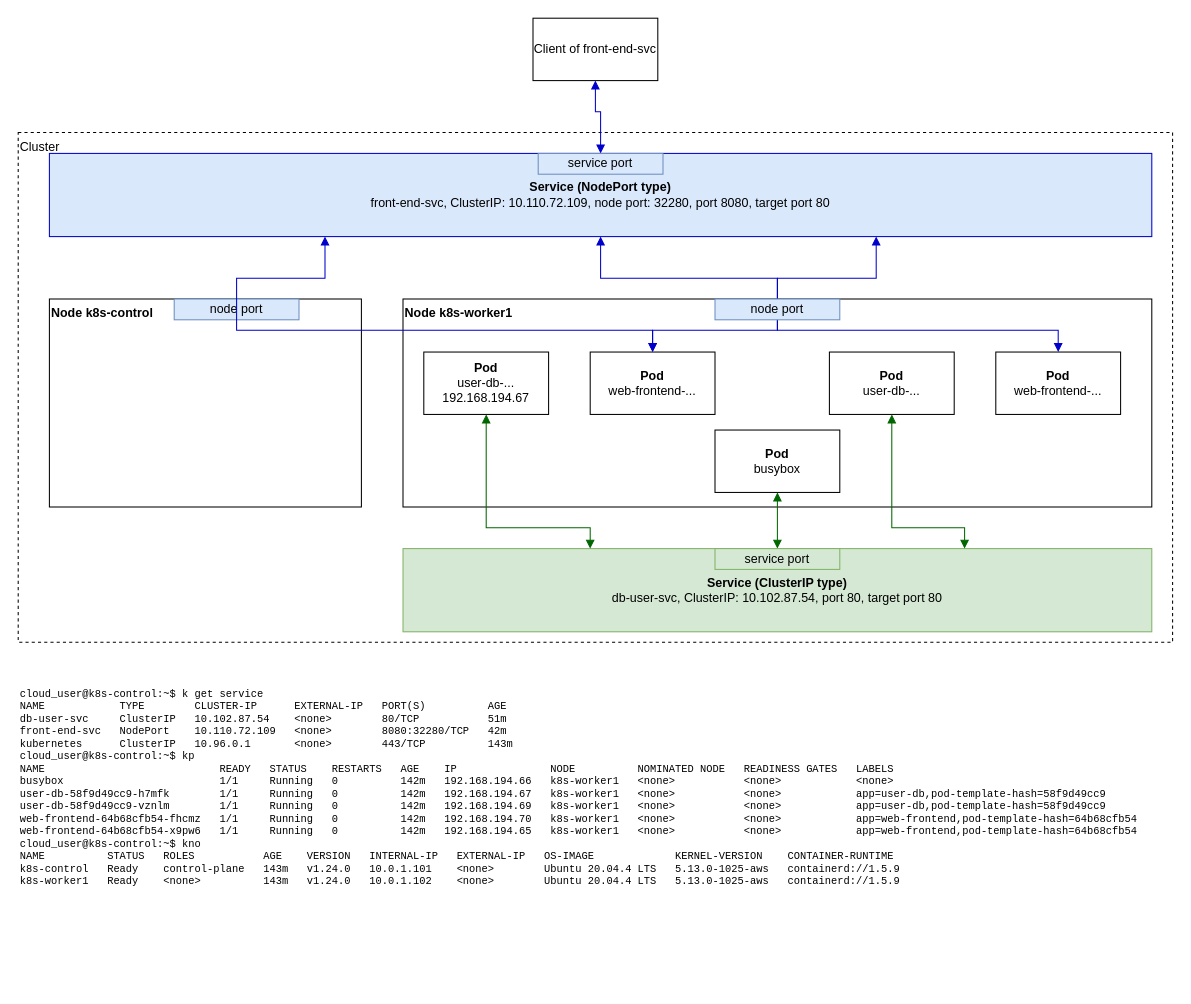
Earlier version of the draw.io diagram page "Services" (1 of 2) of kubernetes.drawio (glahitette/kubernetes). Source tidied: cells renumbered, new cells numbered last; positions are measured from the earlier drawing's top-left corner, leaving out a move shared by most shapes. Both pictures are drawn from the tidied source at 104%, with x=0, y=0 at pixel (18, 18).
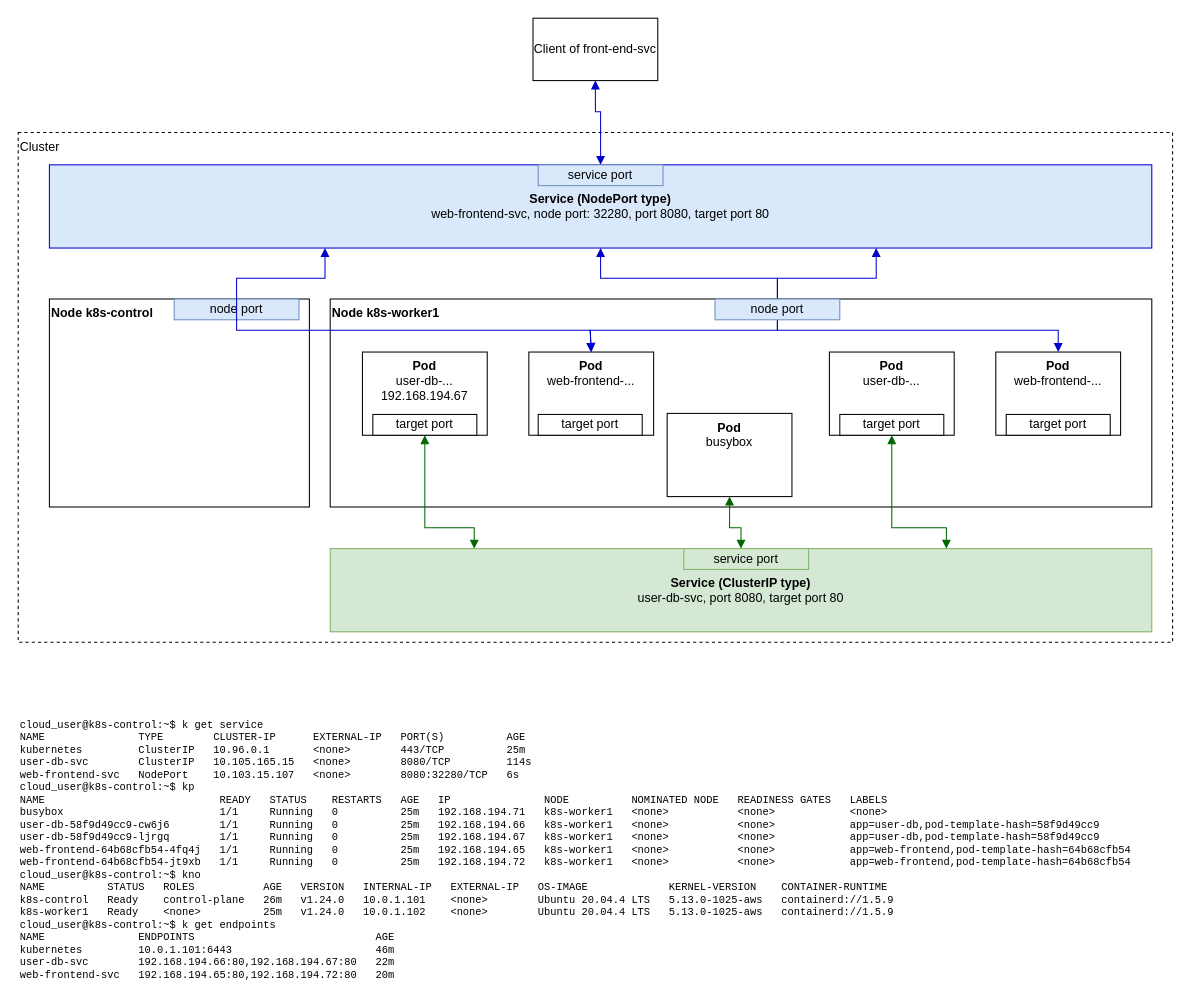
The same diagram, later.

Change to the diagram source:
```diff
@@
     <mxCell id="3" value="&lt;b&gt;Node&amp;nbsp;k8s-control&lt;/b&gt;" style="rounded=0;whiteSpace=wrap;html=1;verticalAlign=top;align=left;" parent="1" vertex="1">
-      <mxGeometry x="30" y="270" width="300" height="200" as="geometry" />
+      <mxGeometry x="30" y="270" width="250" height="200" as="geometry" />
     </mxCell>
     <mxCell id="4" value="&lt;b&gt;Node&amp;nbsp;k8s-worker1&lt;/b&gt;" style="rounded=0;whiteSpace=wrap;html=1;verticalAlign=top;align=left;" parent="1" vertex="1">
-      <mxGeometry x="370" y="270" width="720" height="200" as="geometry" />
+      <mxGeometry x="300" y="270" width="790" height="200" as="geometry" />
     </mxCell>
-    <mxCell id="5" value="&lt;b&gt;Pod&lt;/b&gt;&lt;br&gt;web-frontend-..." style="rounded=0;whiteSpace=wrap;html=1;" parent="1" vertex="1">
-      <mxGeometry x="550" y="321" width="120" height="60" as="geometry" />
+    <mxCell id="5" value="&lt;b&gt;Pod&lt;/b&gt;&lt;br&gt;web-frontend-..." style="rounded=0;whiteSpace=wrap;html=1;verticalAlign=top;" parent="1" vertex="1">
+      <mxGeometry x="491" y="321" width="120" height="80" as="geometry" />
     </mxCell>
-    <mxCell id="6" value="&lt;b&gt;Pod&lt;/b&gt;&lt;br&gt;user-db-...&lt;br&gt;192.168.194.67" style="rounded=0;whiteSpace=wrap;html=1;" parent="1" vertex="1">
-      <mxGeometry x="390" y="321" width="120" height="60" as="geometry" />
+    <mxCell id="6" value="&lt;b&gt;Pod&lt;/b&gt;&lt;br&gt;user-db-...&lt;br&gt;192.168.194.67" style="rounded=0;whiteSpace=wrap;html=1;verticalAlign=top;" parent="1" vertex="1">
+      <mxGeometry x="331" y="321" width="120" height="80" as="geometry" />
     </mxCell>
-    <mxCell id="7" value="&lt;b&gt;Service (NodePort type)&lt;/b&gt;&lt;br&gt;front-end-svc, ClusterIP: 10.110.72.109, node port: 32280, port 8080, target port 80" style="rounded=0;whiteSpace=wrap;html=1;verticalAlign=middle;fillColor=#dae8fc;strokeColor=#0000CC;fontColor=#000000;" parent="1" vertex="1">
-      <mxGeometry x="30" y="130" width="1060" height="80" as="geometry" />
+    <mxCell id="7" value="&lt;b&gt;Service (NodePort type)&lt;/b&gt;&lt;br&gt;web-frontend-svc, node port: 32280, port 8080, target port 80" style="rounded=0;whiteSpace=wrap;html=1;verticalAlign=middle;fillColor=#dae8fc;strokeColor=#0000CC;fontColor=#000000;" parent="1" vertex="1">
+      <mxGeometry x="30" y="141" width="1060" height="80" as="geometry" />
     </mxCell>
-    <mxCell id="8" value="&lt;b&gt;Service (ClusterIP type)&lt;/b&gt;&lt;br&gt;db-user-svc, ClusterIP: 10.102.87.54, port 80, target port 80" style="rounded=0;whiteSpace=wrap;html=1;verticalAlign=middle;fillColor=#d5e8d4;strokeColor=#82b366;" parent="1" vertex="1">
-      <mxGeometry x="370" y="510" width="720" height="80" as="geometry" />
+    <mxCell id="8" value="&lt;b&gt;Service (ClusterIP type)&lt;/b&gt;&lt;br&gt;user-db-svc, port 8080, target port 80" style="rounded=0;whiteSpace=wrap;html=1;verticalAlign=middle;fillColor=#d5e8d4;strokeColor=#82b366;" parent="1" vertex="1">
+      <mxGeometry x="300" y="510" width="790" height="80" as="geometry" />
     </mxCell>
-    <mxCell id="9" value="&lt;b&gt;Pod&lt;br&gt;&lt;/b&gt;web-frontend-..." style="rounded=0;whiteSpace=wrap;html=1;" parent="1" vertex="1">
-      <mxGeometry x="940" y="321" width="120" height="60" as="geometry" />
+    <mxCell id="9" value="&lt;b&gt;Pod&lt;br&gt;&lt;/b&gt;web-frontend-..." style="rounded=0;whiteSpace=wrap;html=1;verticalAlign=top;" parent="1" vertex="1">
+      <mxGeometry x="940" y="321" width="120" height="80" as="geometry" />
     </mxCell>
-    <mxCell id="10" value="&lt;b&gt;Pod&lt;br&gt;&lt;/b&gt;user-db-..." style="rounded=0;whiteSpace=wrap;html=1;" parent="1" vertex="1">
-      <mxGeometry x="780" y="321" width="120" height="60" as="geometry" />
+    <mxCell id="10" value="&lt;b&gt;Pod&lt;br&gt;&lt;/b&gt;user-db-..." style="rounded=0;whiteSpace=wrap;html=1;verticalAlign=top;" parent="1" vertex="1">
+      <mxGeometry x="780" y="321" width="120" height="80" as="geometry" />
     </mxCell>
     <mxCell id="11" style="edgeStyle=orthogonalEdgeStyle;html=1;endArrow=block;elbow=vertical;startArrow=block;startFill=1;endFill=1;strokeColor=#0000CC;rounded=0;entryX=0.5;entryY=0;entryDx=0;entryDy=0;exitX=0.5;exitY=1;exitDx=0;exitDy=0;" parent="1" edge="1" source="7" target="5">
       <mxGeometry relative="1" as="geometry">
         <Array as="points">
           <mxPoint x="560" y="250" />
           <mxPoint x="730" y="250" />
           <mxPoint x="730" y="300" />
-          <mxPoint x="610" y="300" />
+          <mxPoint x="550" y="300" />
         </Array>
       </mxGeometry>
     </mxCell>
@@
-    <mxCell id="13" value="&lt;div style=&quot;font-size: 10px;&quot;&gt;cloud_user@k8s-control:~$ k get service&lt;/div&gt;&lt;div style=&quot;font-size: 10px;&quot;&gt;NAME&amp;nbsp; &amp;nbsp; &amp;nbsp; &amp;nbsp; &amp;nbsp; &amp;nbsp; TYPE&amp;nbsp; &amp;nbsp; &amp;nbsp; &amp;nbsp; CLUSTER-IP&amp;nbsp; &amp;nbsp; &amp;nbsp; EXTERNAL-IP&amp;nbsp; &amp;nbsp;PORT(S)&amp;nbsp; &amp;nbsp; &amp;nbsp; &amp;nbsp; &amp;nbsp; AGE&lt;/div&gt;&lt;div style=&quot;font-size: 10px;&quot;&gt;db-user-svc&amp;nbsp; &amp;nbsp; &amp;nbsp;ClusterIP&amp;nbsp; &amp;nbsp;10.102.87.54&amp;nbsp; &amp;nbsp; &amp;lt;none&amp;gt;&amp;nbsp; &amp;nbsp; &amp;nbsp; &amp;nbsp; 80/TCP&amp;nbsp; &amp;nbsp; &amp;nbsp; &amp;nbsp; &amp;nbsp; &amp;nbsp;51m&lt;/div&gt;&lt;div style=&quot;font-size: 10px;&quot;&gt;front-end-svc&amp;nbsp; &amp;nbsp;NodePort&amp;nbsp; &amp;nbsp; 10.110.72.109&amp;nbsp; &amp;nbsp;&amp;lt;none&amp;gt;&amp;nbsp; &amp;nbsp; &amp;nbsp; &amp;nbsp; 8080:32280/TCP&amp;nbsp; &amp;nbsp;42m&lt;/div&gt;&lt;div style=&quot;font-size: 10px;&quot;&gt;kubernetes&amp;nbsp; &amp;nbsp; &amp;nbsp; ClusterIP&amp;nbsp; &amp;nbsp;10.96.0.1&amp;nbsp; &amp;nbsp; &amp;nbsp; &amp;nbsp;&amp;lt;none&amp;gt;&amp;nbsp; &amp;nbsp; &amp;nbsp; &amp;nbsp; 443/TCP&amp;nbsp; &amp;nbsp; &amp;nbsp; &amp;nbsp; &amp;nbsp; 143m&lt;/div&gt;&lt;div style=&quot;font-size: 10px;&quot;&gt;cloud_user@k8s-control:~$ kp&lt;/div&gt;&lt;div style=&quot;font-size: 10px;&quot;&gt;NAME&amp;nbsp; &amp;nbsp; &amp;nbsp; &amp;nbsp; &amp;nbsp; &amp;nbsp; &amp;nbsp; &amp;nbsp; &amp;nbsp; &amp;nbsp; &amp;nbsp; &amp;nbsp; &amp;nbsp; &amp;nbsp; READY&amp;nbsp; &amp;nbsp;STATUS&amp;nbsp; &amp;nbsp; RESTARTS&amp;nbsp; &amp;nbsp;AGE&amp;nbsp; &amp;nbsp; IP&amp;nbsp; &amp;nbsp; &amp;nbsp; &amp;nbsp; &amp;nbsp; &amp;nbsp; &amp;nbsp; &amp;nbsp;NODE&amp;nbsp; &amp;nbsp; &amp;nbsp; &amp;nbsp; &amp;nbsp; NOMINATED NODE&amp;nbsp; &amp;nbsp;READINESS GATES&amp;nbsp; &amp;nbsp;LABELS&lt;/div&gt;&lt;div style=&quot;font-size: 10px;&quot;&gt;busybox&amp;nbsp; &amp;nbsp; &amp;nbsp; &amp;nbsp; &amp;nbsp; &amp;nbsp; &amp;nbsp; &amp;nbsp; &amp;nbsp; &amp;nbsp; &amp;nbsp; &amp;nbsp; &amp;nbsp;1/1&amp;nbsp; &amp;nbsp; &amp;nbsp;Running&amp;nbsp; &amp;nbsp;0&amp;nbsp; &amp;nbsp; &amp;nbsp; &amp;nbsp; &amp;nbsp; 142m&amp;nbsp; &amp;nbsp;192.168.194.66&amp;nbsp; &amp;nbsp;k8s-worker1&amp;nbsp; &amp;nbsp;&amp;lt;none&amp;gt;&amp;nbsp; &amp;nbsp; &amp;nbsp; &amp;nbsp; &amp;nbsp; &amp;nbsp;&amp;lt;none&amp;gt;&amp;nbsp; &amp;nbsp; &amp;nbsp; &amp;nbsp; &amp;nbsp; &amp;nbsp; &amp;lt;none&amp;gt;&lt;/div&gt;&lt;div style=&quot;font-size: 10px;&quot;&gt;user-db-58f9d49cc9-h7mfk&amp;nbsp; &amp;nbsp; &amp;nbsp; &amp;nbsp; 1/1&amp;nbsp; &amp;nbsp; &amp;nbsp;Running&amp;nbsp; &amp;nbsp;0&amp;nbsp; &amp;nbsp; &amp;nbsp; &amp;nbsp; &amp;nbsp; 142m&amp;nbsp; &amp;nbsp;192.168.194.67&amp;nbsp; &amp;nbsp;k8s-worker1&amp;nbsp; &amp;nbsp;&amp;lt;none&amp;gt;&amp;nbsp; &amp;nbsp; &amp;nbsp; &amp;nbsp; &amp;nbsp; &amp;nbsp;&amp;lt;none&amp;gt;&amp;nbsp; &amp;nbsp; &amp;nbsp; &amp;nbsp; &amp;nbsp; &amp;nbsp; app=user-db,pod-template-hash=58f9d49cc9&lt;/div&gt;&lt;div style=&quot;font-size: 10px;&quot;&gt;user-db-58f9d49cc9-vznlm&amp;nbsp; &amp;nbsp; &amp;nbsp; &amp;nbsp; 1/1&amp;nbsp; &amp;nbsp; &amp;nbsp;Running&amp;nbsp; &amp;nbsp;0&amp;nbsp; &amp;nbsp; &amp;nbsp; &amp;nbsp; &amp;nbsp; 142m&amp;nbsp; &amp;nbsp;192.168.194.69&amp;nbsp; &amp;nbsp;k8s-worker1&amp;nbsp; &amp;nbsp;&amp;lt;none&amp;gt;&amp;nbsp; &amp;nbsp; &amp;nbsp; &amp;nbsp; &amp;nbsp; &amp;nbsp;&amp;lt;none&amp;gt;&amp;nbsp; &amp;nbsp; &amp;nbsp; &amp;nbsp; &amp;nbsp; &amp;nbsp; app=user-db,pod-template-hash=58f9d49cc9&lt;/div&gt;&lt;div style=&quot;font-size: 10px;&quot;&gt;web-frontend-64b68cfb54-fhcmz&amp;nbsp; &amp;nbsp;1/1&amp;nbsp; &amp;nbsp; &amp;nbsp;Running&amp;nbsp; &amp;nbsp;0&amp;nbsp; &amp;nbsp; &amp;nbsp; &amp;nbsp; &amp;nbsp; 142m&amp;nbsp; &amp;nbsp;192.168.194.70&amp;nbsp; &amp;nbsp;k8s-worker1&amp;nbsp; &amp;nbsp;&amp;lt;none&amp;gt;&amp;nbsp; &amp;nbsp; &amp;nbsp; &amp;nbsp; &amp;nbsp; &amp;nbsp;&amp;lt;none&amp;gt;&amp;nbsp; &amp;nbsp; &amp;nbsp; &amp;nbsp; &amp;nbsp; &amp;nbsp; app=web-frontend,pod-template-hash=64b68cfb54&lt;/div&gt;&lt;div style=&quot;font-size: 10px;&quot;&gt;web-frontend-64b68cfb54-x9pw6&amp;nbsp; &amp;nbsp;1/1&amp;nbsp; &amp;nbsp; &amp;nbsp;Running&amp;nbsp; &amp;nbsp;0&amp;nbsp; &amp;nbsp; &amp;nbsp; &amp;nbsp; &amp;nbsp; 142m&amp;nbsp; &amp;nbsp;192.168.194.65&amp;nbsp; &amp;nbsp;k8s-worker1&amp;nbsp; &amp;nbsp;&amp;lt;none&amp;gt;&amp;nbsp; &amp;nbsp; &amp;nbsp; &amp;nbsp; &amp;nbsp; &amp;nbsp;&amp;lt;none&amp;gt;&amp;nbsp; &amp;nbsp; &amp;nbsp; &amp;nbsp; &amp;nbsp; &amp;nbsp; app=web-frontend,pod-template-hash=64b68cfb54&lt;/div&gt;&lt;div style=&quot;font-size: 10px;&quot;&gt;cloud_user@k8s-control:~$ kno&lt;/div&gt;&lt;div style=&quot;font-size: 10px;&quot;&gt;NAME&amp;nbsp; &amp;nbsp; &amp;nbsp; &amp;nbsp; &amp;nbsp; STATUS&amp;nbsp; &amp;nbsp;ROLES&amp;nbsp; &amp;nbsp; &amp;nbsp; &amp;nbsp; &amp;nbsp; &amp;nbsp;AGE&amp;nbsp; &amp;nbsp; VERSION&amp;nbsp; &amp;nbsp;INTERNAL-IP&amp;nbsp; &amp;nbsp;EXTERNAL-IP&amp;nbsp; &amp;nbsp;OS-IMAGE&amp;nbsp; &amp;nbsp; &amp;nbsp; &amp;nbsp; &amp;nbsp; &amp;nbsp; &amp;nbsp;KERNEL-VERSION&amp;nbsp; &amp;nbsp; CONTAINER-RUNTIME&lt;/div&gt;&lt;div style=&quot;font-size: 10px;&quot;&gt;k8s-control&amp;nbsp; &amp;nbsp;Ready&amp;nbsp; &amp;nbsp; control-plane&amp;nbsp; &amp;nbsp;143m&amp;nbsp; &amp;nbsp;v1.24.0&amp;nbsp; &amp;nbsp;10.0.1.101&amp;nbsp; &amp;nbsp; &amp;lt;none&amp;gt;&amp;nbsp; &amp;nbsp; &amp;nbsp; &amp;nbsp; Ubuntu 20.04.4 LTS&amp;nbsp; &amp;nbsp;5.13.0-1025-aws&amp;nbsp; &amp;nbsp;containerd://1.5.9&lt;/div&gt;&lt;div style=&quot;font-size: 10px;&quot;&gt;k8s-worker1&amp;nbsp; &amp;nbsp;Ready&amp;nbsp; &amp;nbsp; &amp;lt;none&amp;gt;&amp;nbsp; &amp;nbsp; &amp;nbsp; &amp;nbsp; &amp;nbsp; 143m&amp;nbsp; &amp;nbsp;v1.24.0&amp;nbsp; &amp;nbsp;10.0.1.102&amp;nbsp; &amp;nbsp; &amp;lt;none&amp;gt;&amp;nbsp; &amp;nbsp; &amp;nbsp; &amp;nbsp; Ubuntu 20.04.4 LTS&amp;nbsp; &amp;nbsp;5.13.0-1025-aws&amp;nbsp; &amp;nbsp;containerd://1.5.9&lt;/div&gt;" style="rounded=0;whiteSpace=wrap;html=1;verticalAlign=middle;align=left;fontFamily=Courier New;fontSize=10;strokeColor=none;" parent="1" vertex="1">
-      <mxGeometry y="610" width="1110" height="260" as="geometry" />
+    <mxCell id="13" value="&lt;div&gt;&lt;div style=&quot;font-size: 10px&quot;&gt;cloud_user@k8s-control:~$ k get service&lt;/div&gt;&lt;div style=&quot;font-size: 10px&quot;&gt;NAME&amp;nbsp; &amp;nbsp; &amp;nbsp; &amp;nbsp; &amp;nbsp; &amp;nbsp; &amp;nbsp; &amp;nbsp;TYPE&amp;nbsp; &amp;nbsp; &amp;nbsp; &amp;nbsp; CLUSTER-IP&amp;nbsp; &amp;nbsp; &amp;nbsp; EXTERNAL-IP&amp;nbsp; &amp;nbsp;PORT(S)&amp;nbsp; &amp;nbsp; &amp;nbsp; &amp;nbsp; &amp;nbsp; AGE&lt;/div&gt;&lt;div style=&quot;font-size: 10px&quot;&gt;kubernetes&amp;nbsp; &amp;nbsp; &amp;nbsp; &amp;nbsp; &amp;nbsp;ClusterIP&amp;nbsp; &amp;nbsp;10.96.0.1&amp;nbsp; &amp;nbsp; &amp;nbsp; &amp;nbsp;&amp;lt;none&amp;gt;&amp;nbsp; &amp;nbsp; &amp;nbsp; &amp;nbsp; 443/TCP&amp;nbsp; &amp;nbsp; &amp;nbsp; &amp;nbsp; &amp;nbsp; 25m&lt;/div&gt;&lt;div style=&quot;font-size: 10px&quot;&gt;user-db-svc&amp;nbsp; &amp;nbsp; &amp;nbsp; &amp;nbsp; ClusterIP&amp;nbsp; &amp;nbsp;10.105.165.15&amp;nbsp; &amp;nbsp;&amp;lt;none&amp;gt;&amp;nbsp; &amp;nbsp; &amp;nbsp; &amp;nbsp; 8080/TCP&amp;nbsp; &amp;nbsp; &amp;nbsp; &amp;nbsp; &amp;nbsp;114s&lt;/div&gt;&lt;div style=&quot;font-size: 10px&quot;&gt;web-frontend-svc&amp;nbsp; &amp;nbsp;NodePort&amp;nbsp; &amp;nbsp; 10.103.15.107&amp;nbsp; &amp;nbsp;&amp;lt;none&amp;gt;&amp;nbsp; &amp;nbsp; &amp;nbsp; &amp;nbsp; 8080:32280/TCP&amp;nbsp; &amp;nbsp;6s&lt;/div&gt;&lt;div style=&quot;font-size: 10px&quot;&gt;cloud_user@k8s-control:~$ kp&lt;/div&gt;&lt;div style=&quot;font-size: 10px&quot;&gt;NAME&amp;nbsp; &amp;nbsp; &amp;nbsp; &amp;nbsp; &amp;nbsp; &amp;nbsp; &amp;nbsp; &amp;nbsp; &amp;nbsp; &amp;nbsp; &amp;nbsp; &amp;nbsp; &amp;nbsp; &amp;nbsp; READY&amp;nbsp; &amp;nbsp;STATUS&amp;nbsp; &amp;nbsp; RESTARTS&amp;nbsp; &amp;nbsp;AGE&amp;nbsp; &amp;nbsp;IP&amp;nbsp; &amp;nbsp; &amp;nbsp; &amp;nbsp; &amp;nbsp; &amp;nbsp; &amp;nbsp; &amp;nbsp;NODE&amp;nbsp; &amp;nbsp; &amp;nbsp; &amp;nbsp; &amp;nbsp; NOMINATED NODE&amp;nbsp; &amp;nbsp;READINESS GATES&amp;nbsp; &amp;nbsp;LABELS&lt;/div&gt;&lt;div style=&quot;font-size: 10px&quot;&gt;busybox&amp;nbsp; &amp;nbsp; &amp;nbsp; &amp;nbsp; &amp;nbsp; &amp;nbsp; &amp;nbsp; &amp;nbsp; &amp;nbsp; &amp;nbsp; &amp;nbsp; &amp;nbsp; &amp;nbsp;1/1&amp;nbsp; &amp;nbsp; &amp;nbsp;Running&amp;nbsp; &amp;nbsp;0&amp;nbsp; &amp;nbsp; &amp;nbsp; &amp;nbsp; &amp;nbsp; 25m&amp;nbsp; &amp;nbsp;192.168.194.71&amp;nbsp; &amp;nbsp;k8s-worker1&amp;nbsp; &amp;nbsp;&amp;lt;none&amp;gt;&amp;nbsp; &amp;nbsp; &amp;nbsp; &amp;nbsp; &amp;nbsp; &amp;nbsp;&amp;lt;none&amp;gt;&amp;nbsp; &amp;nbsp; &amp;nbsp; &amp;nbsp; &amp;nbsp; &amp;nbsp; &amp;lt;none&amp;gt;&lt;/div&gt;&lt;div style=&quot;font-size: 10px&quot;&gt;user-db-58f9d49cc9-cw6j6&amp;nbsp; &amp;nbsp; &amp;nbsp; &amp;nbsp; 1/1&amp;nbsp; &amp;nbsp; &amp;nbsp;Running&amp;nbsp; &amp;nbsp;0&amp;nbsp; &amp;nbsp; &amp;nbsp; &amp;nbsp; &amp;nbsp; 25m&amp;nbsp; &amp;nbsp;192.168.194.66&amp;nbsp; &amp;nbsp;k8s-worker1&amp;nbsp; &amp;nbsp;&amp;lt;none&amp;gt;&amp;nbsp; &amp;nbsp; &amp;nbsp; &amp;nbsp; &amp;nbsp; &amp;nbsp;&amp;lt;none&amp;gt;&amp;nbsp; &amp;nbsp; &amp;nbsp; &amp;nbsp; &amp;nbsp; &amp;nbsp; app=user-db,pod-template-hash=58f9d49cc9&lt;/div&gt;&lt;div style=&quot;font-size: 10px&quot;&gt;user-db-58f9d49cc9-ljrgq&amp;nbsp; &amp;nbsp; &amp;nbsp; &amp;nbsp; 1/1&amp;nbsp; &amp;nbsp; &amp;nbsp;Running&amp;nbsp; &amp;nbsp;0&amp;nbsp; &amp;nbsp; &amp;nbsp; &amp;nbsp; &amp;nbsp; 25m&amp;nbsp; &amp;nbsp;192.168.194.67&amp;nbsp; &amp;nbsp;k8s-worker1&amp;nbsp; &amp;nbsp;&amp;lt;none&amp;gt;&amp;nbsp; &amp;nbsp; &amp;nbsp; &amp;nbsp; &amp;nbsp; &amp;nbsp;&amp;lt;none&amp;gt;&amp;nbsp; &amp;nbsp; &amp;nbsp; &amp;nbsp; &amp;nbsp; &amp;nbsp; app=user-db,pod-template-hash=58f9d49cc9&lt;/div&gt;&lt;div style=&quot;font-size: 10px&quot;&gt;web-frontend-64b68cfb54-4fq4j&amp;nbsp; &amp;nbsp;1/1&amp;nbsp; &amp;nbsp; &amp;nbsp;Running&amp;nbsp; &amp;nbsp;0&amp;nbsp; &amp;nbsp; &amp;nbsp; &amp;nbsp; &amp;nbsp; 25m&amp;nbsp; &amp;nbsp;192.168.194.65&amp;nbsp; &amp;nbsp;k8s-worker1&amp;nbsp; &amp;nbsp;&amp;lt;none&amp;gt;&amp;nbsp; &amp;nbsp; &amp;nbsp; &amp;nbsp; &amp;nbsp; &amp;nbsp;&amp;lt;none&amp;gt;&amp;nbsp; &amp;nbsp; &amp;nbsp; &amp;nbsp; &amp;nbsp; &amp;nbsp; app=web-frontend,pod-template-hash=64b68cfb54&lt;/div&gt;&lt;div style=&quot;font-size: 10px&quot;&gt;web-frontend-64b68cfb54-jt9xb&amp;nbsp; &amp;nbsp;1/1&amp;nbsp; &amp;nbsp; &amp;nbsp;Running&amp;nbsp; &amp;nbsp;0&amp;nbsp; &amp;nbsp; &amp;nbsp; &amp;nbsp; &amp;nbsp; 25m&amp;nbsp; &amp;nbsp;192.168.194.72&amp;nbsp; &amp;nbsp;k8s-worker1&amp;nbsp; &amp;nbsp;&amp;lt;none&amp;gt;&amp;nbsp; &amp;nbsp; &amp;nbsp; &amp;nbsp; &amp;nbsp; &amp;nbsp;&amp;lt;none&amp;gt;&amp;nbsp; &amp;nbsp; &amp;nbsp; &amp;nbsp; &amp;nbsp; &amp;nbsp; app=web-frontend,pod-template-hash=64b68cfb54&lt;/div&gt;&lt;div style=&quot;font-size: 10px&quot;&gt;cloud_user@k8s-control:~$ kno&lt;/div&gt;&lt;div style=&quot;font-size: 10px&quot;&gt;NAME&amp;nbsp; &amp;nbsp; &amp;nbsp; &amp;nbsp; &amp;nbsp; STATUS&amp;nbsp; &amp;nbsp;ROLES&amp;nbsp; &amp;nbsp; &amp;nbsp; &amp;nbsp; &amp;nbsp; &amp;nbsp;AGE&amp;nbsp; &amp;nbsp;VERSION&amp;nbsp; &amp;nbsp;INTERNAL-IP&amp;nbsp; &amp;nbsp;EXTERNAL-IP&amp;nbsp; &amp;nbsp;OS-IMAGE&amp;nbsp; &amp;nbsp; &amp;nbsp; &amp;nbsp; &amp;nbsp; &amp;nbsp; &amp;nbsp;KERNEL-VERSION&amp;nbsp; &amp;nbsp; CONTAINER-RUNTIME&lt;/div&gt;&lt;div style=&quot;font-size: 10px&quot;&gt;k8s-control&amp;nbsp; &amp;nbsp;Ready&amp;nbsp; &amp;nbsp; control-plane&amp;nbsp; &amp;nbsp;26m&amp;nbsp; &amp;nbsp;v1.24.0&amp;nbsp; &amp;nbsp;10.0.1.101&amp;nbsp; &amp;nbsp; &amp;lt;none&amp;gt;&amp;nbsp; &amp;nbsp; &amp;nbsp; &amp;nbsp; Ubuntu 20.04.4 LTS&amp;nbsp; &amp;nbsp;5.13.0-1025-aws&amp;nbsp; &amp;nbsp;containerd://1.5.9&lt;/div&gt;&lt;div style=&quot;font-size: 10px&quot;&gt;k8s-worker1&amp;nbsp; &amp;nbsp;Ready&amp;nbsp; &amp;nbsp; &amp;lt;none&amp;gt;&amp;nbsp; &amp;nbsp; &amp;nbsp; &amp;nbsp; &amp;nbsp; 25m&amp;nbsp; &amp;nbsp;v1.24.0&amp;nbsp; &amp;nbsp;10.0.1.102&amp;nbsp; &amp;nbsp; &amp;lt;none&amp;gt;&amp;nbsp; &amp;nbsp; &amp;nbsp; &amp;nbsp; Ubuntu 20.04.4 LTS&amp;nbsp; &amp;nbsp;5.13.0-1025-aws&amp;nbsp; &amp;nbsp;containerd://1.5.9&lt;/div&gt;&lt;div&gt;&lt;div&gt;cloud_user@k8s-control:~$ k get endpoints&lt;/div&gt;&lt;div&gt;NAME&amp;nbsp; &amp;nbsp; &amp;nbsp; &amp;nbsp; &amp;nbsp; &amp;nbsp; &amp;nbsp; &amp;nbsp;ENDPOINTS&amp;nbsp; &amp;nbsp; &amp;nbsp; &amp;nbsp; &amp;nbsp; &amp;nbsp; &amp;nbsp; &amp;nbsp; &amp;nbsp; &amp;nbsp; &amp;nbsp; &amp;nbsp; &amp;nbsp; &amp;nbsp; &amp;nbsp;AGE&lt;/div&gt;&lt;div&gt;kubernetes&amp;nbsp; &amp;nbsp; &amp;nbsp; &amp;nbsp; &amp;nbsp;10.0.1.101:6443&amp;nbsp; &amp;nbsp; &amp;nbsp; &amp;nbsp; &amp;nbsp; &amp;nbsp; &amp;nbsp; &amp;nbsp; &amp;nbsp; &amp;nbsp; &amp;nbsp; &amp;nbsp;46m&lt;/div&gt;&lt;div&gt;user-db-svc&amp;nbsp; &amp;nbsp; &amp;nbsp; &amp;nbsp; 192.168.194.66:80,192.168.194.67:80&amp;nbsp; &amp;nbsp;22m&lt;/div&gt;&lt;div&gt;web-frontend-svc&amp;nbsp; &amp;nbsp;192.168.194.65:80,192.168.194.72:80&amp;nbsp; &amp;nbsp;20m&lt;/div&gt;&lt;/div&gt;&lt;/div&gt;" style="rounded=0;whiteSpace=wrap;html=1;verticalAlign=middle;align=left;fontFamily=Courier New;fontSize=10;strokeColor=none;" parent="1" vertex="1">
+      <mxGeometry y="670" width="1110" height="260" as="geometry" />
     </mxCell>
-    <mxCell id="14" value="&lt;b&gt;Pod&lt;/b&gt;&lt;br&gt;busybox" style="rounded=0;whiteSpace=wrap;html=1;" parent="1" vertex="1">
-      <mxGeometry x="670" y="396" width="120" height="60" as="geometry" />
+    <mxCell id="14" value="&lt;b&gt;Pod&lt;/b&gt;&lt;br&gt;busybox" style="rounded=0;whiteSpace=wrap;html=1;verticalAlign=top;" parent="1" vertex="1">
+      <mxGeometry x="624" y="380" width="120" height="80" as="geometry" />
     </mxCell>
     <mxCell id="15" style="edgeStyle=orthogonalEdgeStyle;html=1;endArrow=block;elbow=vertical;startArrow=block;startFill=1;endFill=1;strokeColor=#006600;rounded=0;entryX=0.75;entryY=0;entryDx=0;entryDy=0;exitX=0.5;exitY=1;exitDx=0;exitDy=0;" parent="1" edge="1" source="10" target="8">
       <mxGeometry relative="1" as="geometry">
         <Array as="points">
           <mxPoint x="840" y="490" />
-          <mxPoint x="910" y="490" />
+          <mxPoint x="893" y="490" />
         </Array>
       </mxGeometry>
     </mxCell>
-    <mxCell id="16" style="edgeStyle=orthogonalEdgeStyle;html=1;endArrow=block;elbow=vertical;startArrow=block;startFill=1;endFill=1;strokeColor=#006600;rounded=0;entryX=0.25;entryY=0;entryDx=0;entryDy=0;exitX=0.5;exitY=1;exitDx=0;exitDy=0;" parent="1" edge="1" source="6" target="8">
+    <mxCell id="16" style="edgeStyle=orthogonalEdgeStyle;html=1;endArrow=block;elbow=vertical;startArrow=block;startFill=1;endFill=1;strokeColor=#006600;rounded=0;entryX=0.25;entryY=0;entryDx=0;entryDy=0;exitX=0.5;exitY=1;exitDx=0;exitDy=0;" parent="1" edge="1" source="6">
       <mxGeometry relative="1" as="geometry">
+        <mxPoint x="438.5" y="510" as="targetPoint" />
         <Array as="points">
-          <mxPoint x="450" y="490" />
-          <mxPoint x="550" y="490" />
+          <mxPoint x="391" y="490" />
+          <mxPoint x="439" y="490" />
         </Array>
       </mxGeometry>
     </mxCell>
@@
     <mxCell id="21" style="edgeStyle=orthogonalEdgeStyle;html=1;endArrow=block;elbow=vertical;startArrow=block;startFill=1;endFill=1;strokeColor=#0000CC;rounded=0;entryX=0.5;entryY=0;entryDx=0;entryDy=0;exitX=0.25;exitY=1;exitDx=0;exitDy=0;" parent="1" edge="1" source="7" target="5">
       <mxGeometry relative="1" as="geometry">
         <Array as="points">
           <mxPoint x="295" y="250" />
           <mxPoint x="210" y="250" />
           <mxPoint x="210" y="300" />
-          <mxPoint x="610" y="300" />
+          <mxPoint x="550" y="300" />
         </Array>
       </mxGeometry>
     </mxCell>
     <mxCell id="22" style="edgeStyle=orthogonalEdgeStyle;html=1;endArrow=block;elbow=vertical;startArrow=block;startFill=1;endFill=1;strokeColor=#006600;rounded=0;entryX=0.5;entryY=0;entryDx=0;entryDy=0;exitX=0.5;exitY=1;exitDx=0;exitDy=0;" parent="1" edge="1" source="14" target="8">
       <mxGeometry relative="1" as="geometry">
         <Array as="points">
-          <mxPoint x="730" y="510" />
-          <mxPoint x="730" y="510" />
+          <mxPoint x="684" y="490" />
+          <mxPoint x="695" y="490" />
         </Array>
       </mxGeometry>
     </mxCell>
     <mxCell id="23" value="service port" style="rounded=0;whiteSpace=wrap;html=1;fillColor=#d5e8d4;strokeColor=#82b366;" parent="1" vertex="1">
-      <mxGeometry x="670" y="510" width="120" height="20" as="geometry" />
+      <mxGeometry x="640" y="510" width="120" height="20" as="geometry" />
     </mxCell>
     <mxCell id="24" value="service port" style="rounded=0;whiteSpace=wrap;html=1;fillColor=#dae8fc;strokeColor=#6c8ebf;" parent="1" vertex="1">
-      <mxGeometry x="500" y="130" width="120" height="20" as="geometry" />
+      <mxGeometry x="500" y="141" width="120" height="20" as="geometry" />
     </mxCell>
+    <mxCell id="25" value="target port" style="rounded=0;whiteSpace=wrap;html=1;" parent="1" vertex="1">
+      <mxGeometry x="341" y="381" width="100" height="20" as="geometry" />
+    </mxCell>
+    <mxCell id="26" value="target port" style="rounded=0;whiteSpace=wrap;html=1;" parent="1" vertex="1">
+      <mxGeometry x="500" y="381" width="100" height="20" as="geometry" />
+    </mxCell>
+    <mxCell id="27" value="target port" style="rounded=0;whiteSpace=wrap;html=1;" parent="1" vertex="1">
+      <mxGeometry x="790" y="381" width="100" height="20" as="geometry" />
+    </mxCell>
+    <mxCell id="28" value="target port" style="rounded=0;whiteSpace=wrap;html=1;" parent="1" vertex="1">
+      <mxGeometry x="950" y="381" width="100" height="20" as="geometry" />
+    </mxCell>
```
